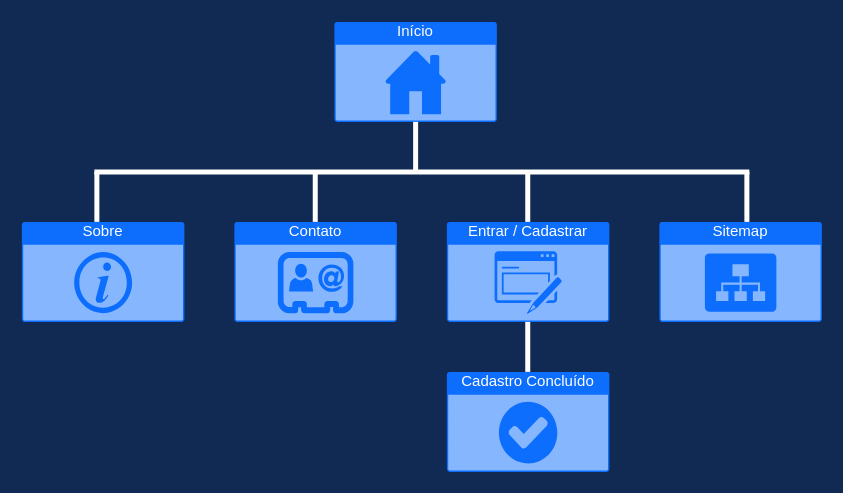
Above: arquivos/sitemap.drawio in Rodrigo635/match-hub (draw.io), before the change. Source tidied: cells renumbered, new cells numbered last; positions are measured from the earlier drawing's top-left corner, leaving out a move shared by most shapes. Both pictures are drawn from the tidied source at 125%, with x=0, y=0 at pixel (21, 21).
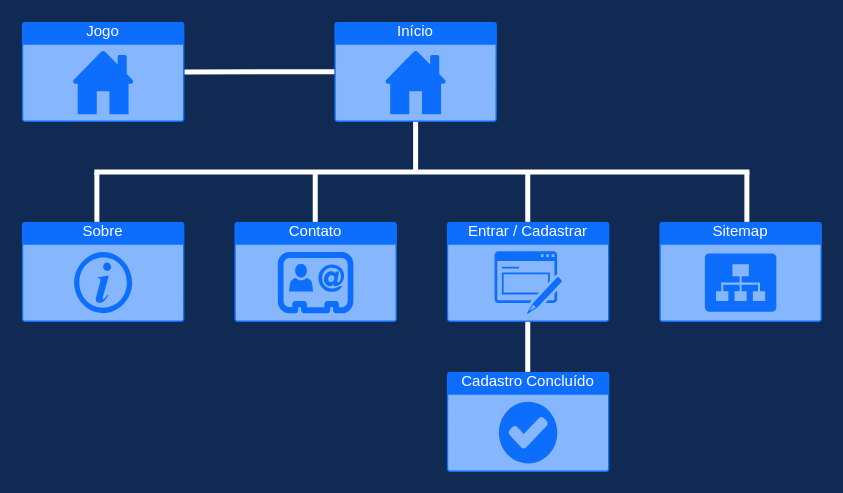
The same page after the edit.

Commit message (it also covers changes not shown here):
atualização no sitemap

adicionado - nova imagem do sitemap com a estrutura de jogo adicionada

The edit, as a diff of the source:
```diff
@@
+    <mxCell id="15" style="endArrow=none;html=1;entryX=0.5;entryY=1;entryDx=0;entryDy=0;entryPerimeter=0;strokeColor=#FFFFFF;strokeWidth=4;exitX=1;exitY=0.5;exitDx=0;exitDy=0;exitPerimeter=0;" parent="1" edge="1" source="16">
+      <mxGeometry relative="1" as="geometry">
+        <mxPoint x="250" y="39.9" as="targetPoint" />
+      </mxGeometry>
+    </mxCell>
+    <mxCell id="16" value="Jogo" style="html=1;whiteSpace=wrap;strokeColor=none;fillColor=#0D6EFD;labelPosition=center;verticalLabelPosition=middle;verticalAlign=top;align=center;fontSize=12;outlineConnect=0;spacingTop=-6;fontColor=#FFFFFF;sketch=0;shape=mxgraph.sitemap.home;" parent="1" vertex="1">
+      <mxGeometry width="130" height="80" as="geometry" />
+    </mxCell>
```
